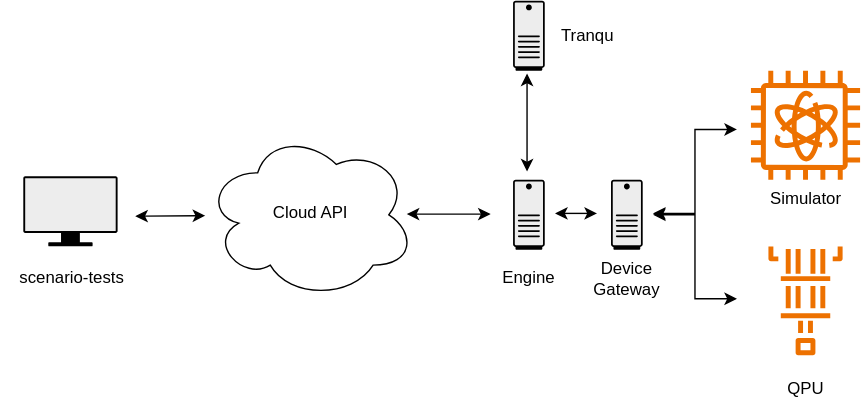
This is scenario-tests/images/scenario-tests.svg from oqtopus-team/test-suite, a draw.io export, as it was before one commit. Source tidied: cells renumbered, new cells last; positions are measured from the earlier drawing's top-left corner, leaving out a move shared by most shapes.
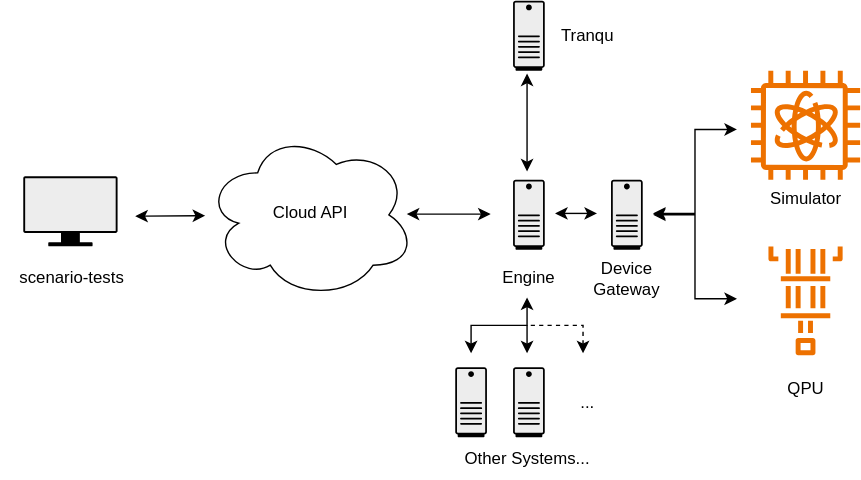
The same file after the commit.

What changed in the source:
```diff
@@ -90,5 +90,42 @@
     <mxCell id="21" value="scenario-tests" style="text;html=1;align=center;verticalAlign=middle;strokeColor=none;fillColor=none;" parent="1" vertex="1">
       <mxGeometry x="-0.3" y="183" width="100" height="30" as="geometry" />
     </mxCell>
+    <mxCell id="22" style="shape=mxgraph.networks2.icon;fillColor=#EDEDED;strokeColor=#000000;gradientColor=#5B6163;network2IconShadow=1;network2bgFillColor=none;labelPosition=center;verticalLabelPosition=bottom;align=center;verticalAlign=top;network2Icon=mxgraph.networks2.desktop_pc;network2IconXOffset=-0.0034;network2IconYOffset=0.00035;network2IconW=0.453;network2IconH=0.9995;" parent="1" vertex="1">
+      <mxGeometry x="324.7" y="262" width="22.7" height="50" as="geometry" />
+    </mxCell>
+    <mxCell id="23" style="shape=mxgraph.networks2.icon;fillColor=#EDEDED;strokeColor=#000000;gradientColor=#5B6163;network2IconShadow=1;network2bgFillColor=none;labelPosition=center;verticalLabelPosition=bottom;align=center;verticalAlign=top;network2Icon=mxgraph.networks2.desktop_pc;network2IconXOffset=-0.0034;network2IconYOffset=0.00035;network2IconW=0.453;network2IconH=0.9995;" parent="1" vertex="1">
+      <mxGeometry x="366" y="262" width="22.7" height="50" as="geometry" />
+    </mxCell>
+    <mxCell id="24" value="..." style="text;html=1;align=center;verticalAlign=middle;whiteSpace=wrap;rounded=0;" parent="1" vertex="1">
+      <mxGeometry x="388.6" y="272" width="60" height="30" as="geometry" />
+    </mxCell>
+    <mxCell id="25" value="Other Systems..." style="text;html=1;align=center;verticalAlign=middle;whiteSpace=wrap;rounded=0;" parent="1" vertex="1">
+      <mxGeometry x="316" y="312" width="120" height="30" as="geometry" />
+    </mxCell>
+    <mxCell id="26" style="endArrow=classic;startArrow=classic;html=1;rounded=0;" parent="1" edge="1">
+      <mxGeometry relative="1" as="geometry">
+        <mxPoint x="336" y="252" as="sourcePoint" />
+        <mxPoint x="376" y="212" as="targetPoint" />
+        <Array as="points">
+          <mxPoint x="336" y="232" />
+          <mxPoint x="376" y="232" />
+        </Array>
+      </mxGeometry>
+    </mxCell>
+    <mxCell id="27" style="endArrow=classic;html=1;rounded=0;" parent="1" edge="1">
+      <mxGeometry relative="1" as="geometry">
+        <mxPoint x="376" y="232" as="sourcePoint" />
+        <mxPoint x="376" y="252" as="targetPoint" />
+      </mxGeometry>
+    </mxCell>
+    <mxCell id="28" style="endArrow=none;startArrow=classic;html=1;rounded=0;endFill=0;strokeColor=default;sourcePerimeterSpacing=0;dashed=1;" parent="1" edge="1">
+      <mxGeometry relative="1" as="geometry">
+        <mxPoint x="416" y="252" as="sourcePoint" />
+        <mxPoint x="376" y="232" as="targetPoint" />
+        <Array as="points">
+          <mxPoint x="416" y="232" />
+        </Array>
+      </mxGeometry>
+    </mxCell>
   </root>
 </mxGraphModel>
```
